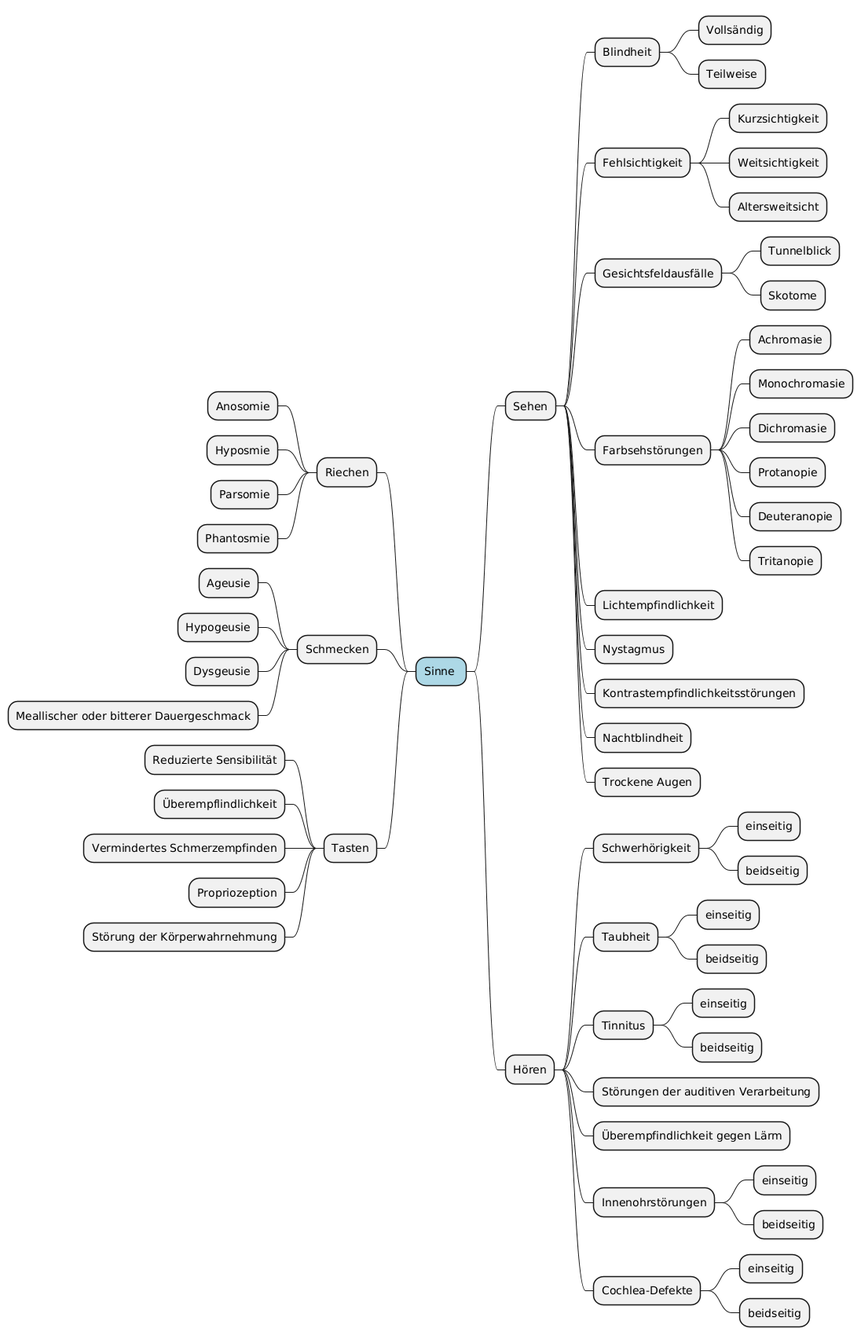
This is mindmap/generated/physical-subcategories/mindmap-physical-sinne.png from marcgauch/Masterarbeit-Daten, a PlantUML export, as it was before one commit.
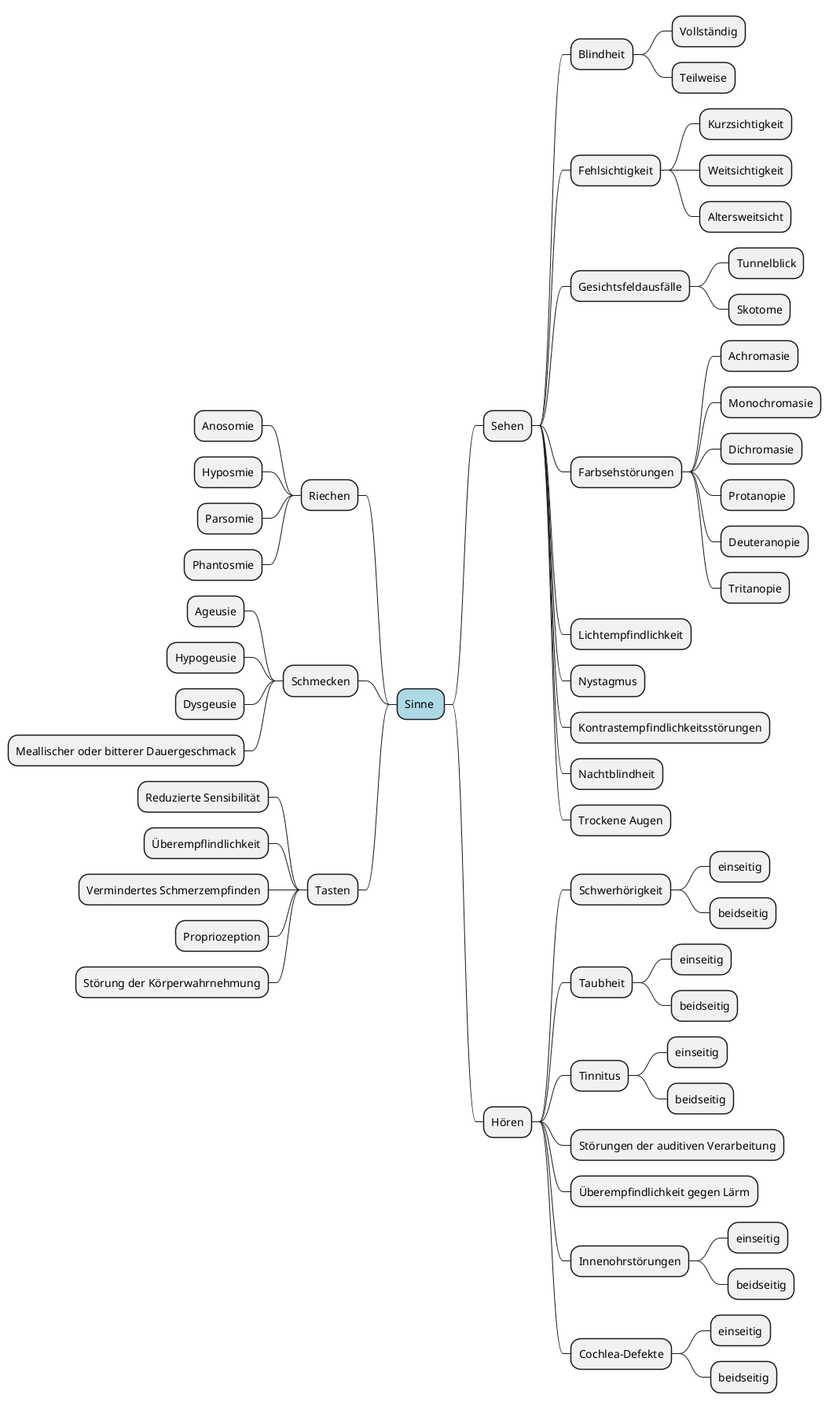
Above is the later version.

Diff of the diagram source:
```diff
@@ -4,13 +4,16 @@
 	.root {
 		BackgroundColor LightBlue
 	}
+  .orange {
+    BackgroundColor orange
+  }
 }
 </style>
 
 * Sinne <<root>>
 	* Sehen
 		* Blindheit
-			* Vollsändig
+			* Vollständig
 			* Teilweise
 		* Fehlsichtigkeit
 			* Kurzsichtigkeit
```
